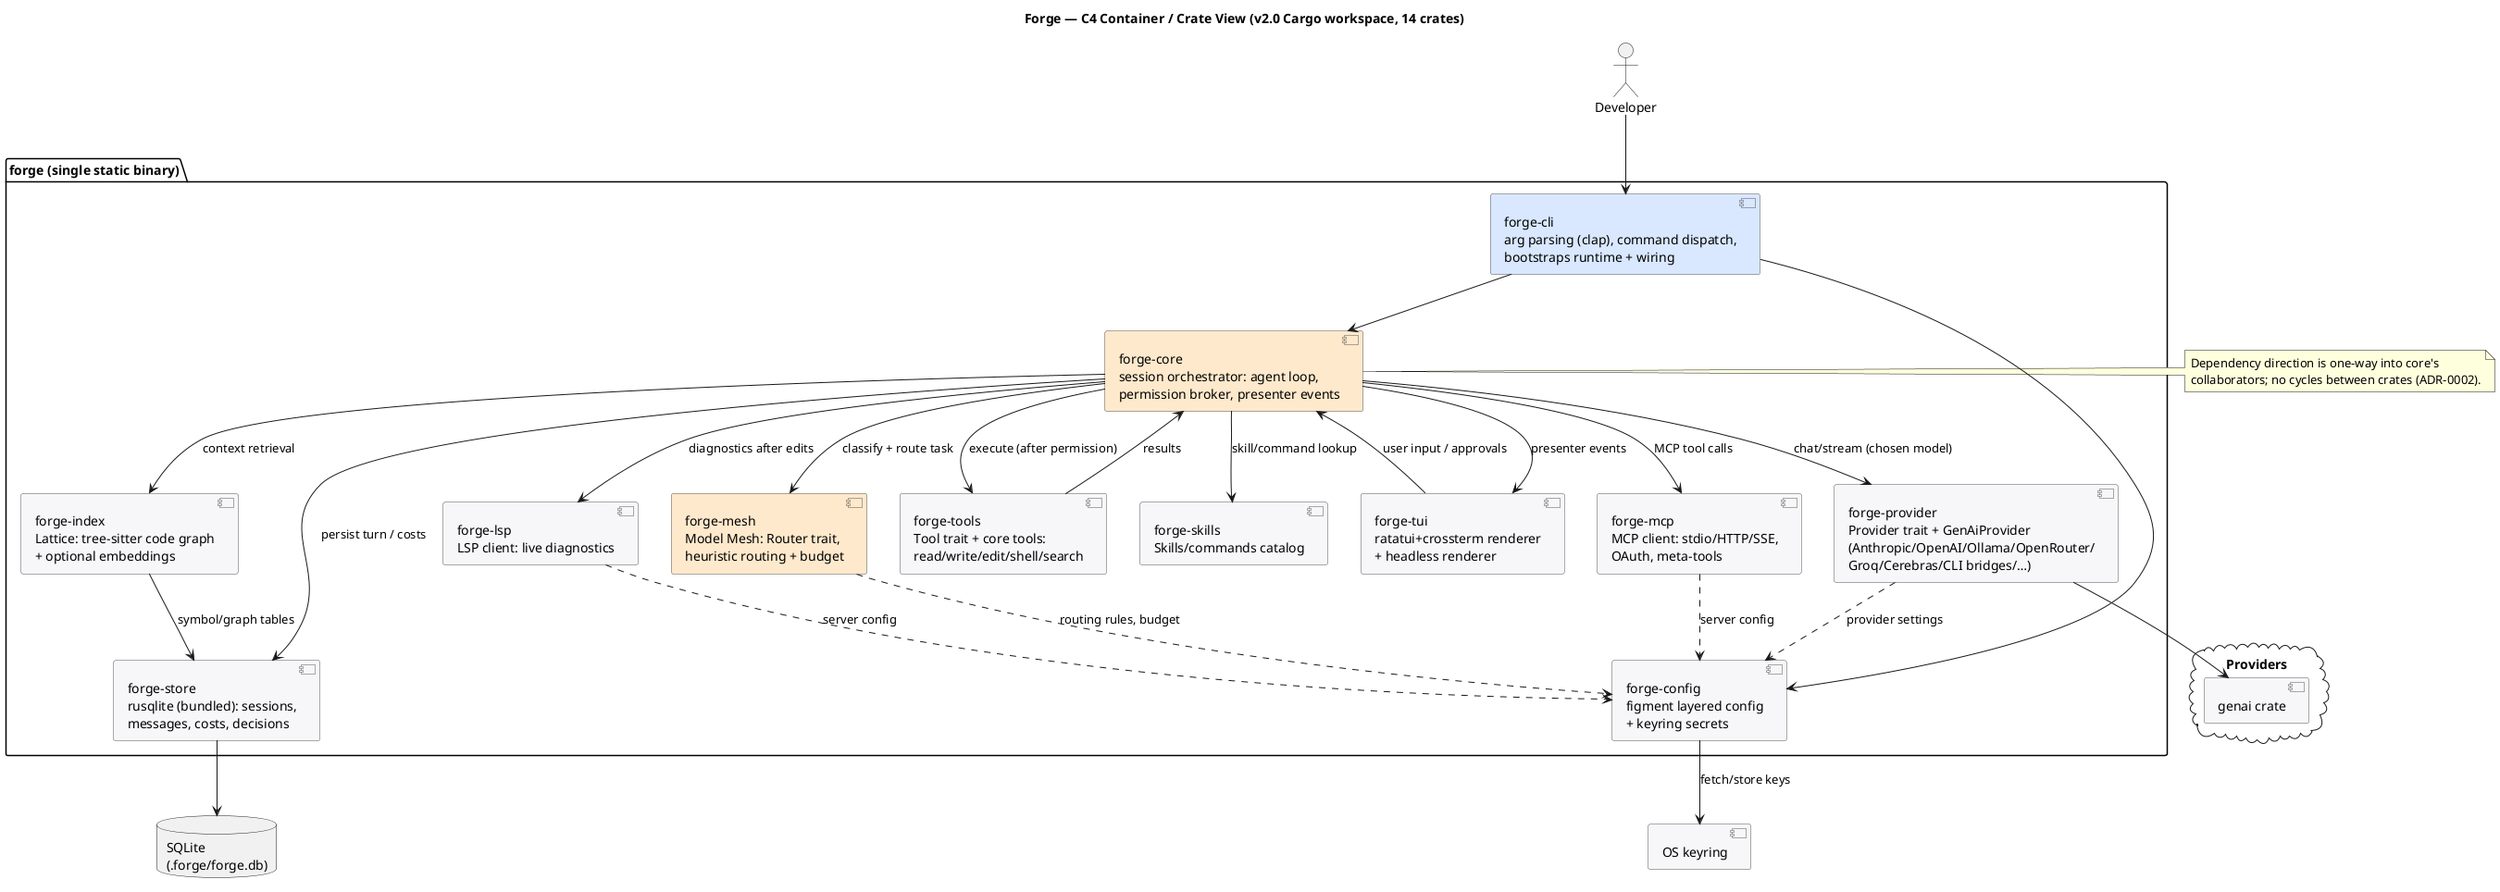
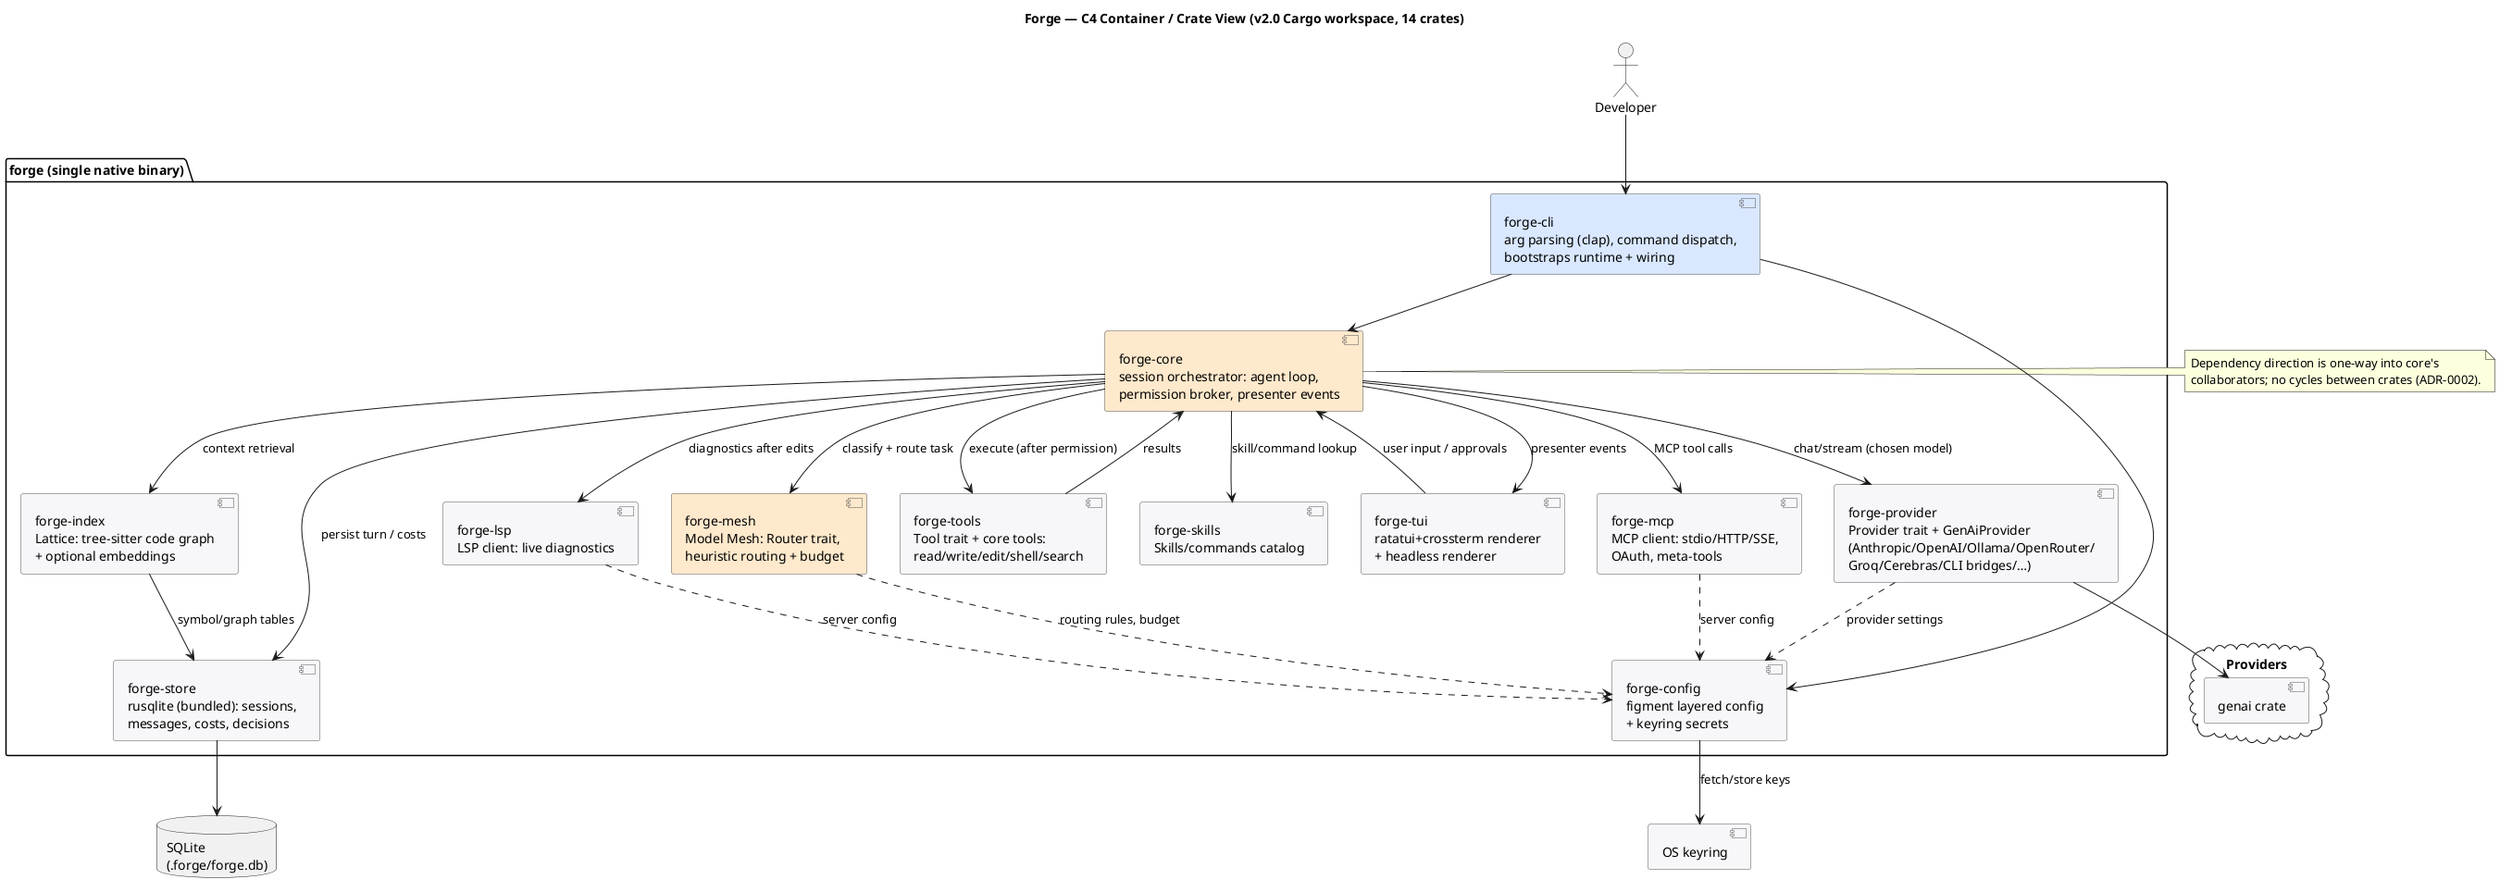
@startuml containers
title Forge — C4 Container / Crate View (v2.0 Cargo workspace, 14 crates)

skinparam shadowing false
skinparam defaultFontName "Sans"
skinparam component {
  BackgroundColor #F7F7FA
  BorderColor #555
}

actor Developer as dev

- package "forge (single static binary)" {
+ package "forge (single native binary)" {

  [forge-cli\narg parsing (clap), command dispatch,\nbootstraps runtime + wiring] as cli #D9E8FF

  [forge-tui\nratatui+crossterm renderer\n+ headless renderer] as tui
  [forge-core\nsession orchestrator: agent loop,\npermission broker, presenter events] as core #FFE9CC
  [forge-mesh\nModel Mesh: Router trait,\nheuristic routing + budget] as mesh #FFE9CC
  [forge-provider\nProvider trait + GenAiProvider\n(Anthropic/OpenAI/Ollama/OpenRouter/\nGroq/Cerebras/CLI bridges/…)] as prov
  [forge-tools\nTool trait + core tools:\nread/write/edit/shell/search] as tools
  [forge-store\nrusqlite (bundled): sessions,\nmessages, costs, decisions] as store
  [forge-config\nfigment layered config\n+ keyring secrets] as cfg
  [forge-mcp\nMCP client: stdio/HTTP/SSE,\nOAuth, meta-tools] as mcp
  [forge-index\nLattice: tree-sitter code graph\n+ optional embeddings] as index
  [forge-lsp\nLSP client: live diagnostics] as lsp
  [forge-skills\nSkills/commands catalog] as skills
}

cloud "Providers" {
  [genai crate] as genai
}
database "SQLite\n(.forge/forge.db)" as db
[OS keyring] as kr

dev --> cli
cli --> core
cli --> cfg
core --> tui : presenter events
tui --> core : user input / approvals
core --> mesh : classify + route task
core --> prov : chat/stream (chosen model)
core --> tools : execute (after permission)
core --> store : persist turn / costs
core --> mcp : MCP tool calls
core --> index : context retrieval
core --> lsp : diagnostics after edits
core --> skills : skill/command lookup
mesh ..> cfg : routing rules, budget
prov --> genai
prov ..> cfg : provider settings
cfg --> kr : fetch/store keys
store --> db
tools --> core : results
mcp ..> cfg : server config
index --> store : symbol/graph tables
lsp ..> cfg : server config

note right of core
  Dependency direction is one-way into core's
  collaborators; no cycles between crates (ADR-0002).
end note
@enduml
